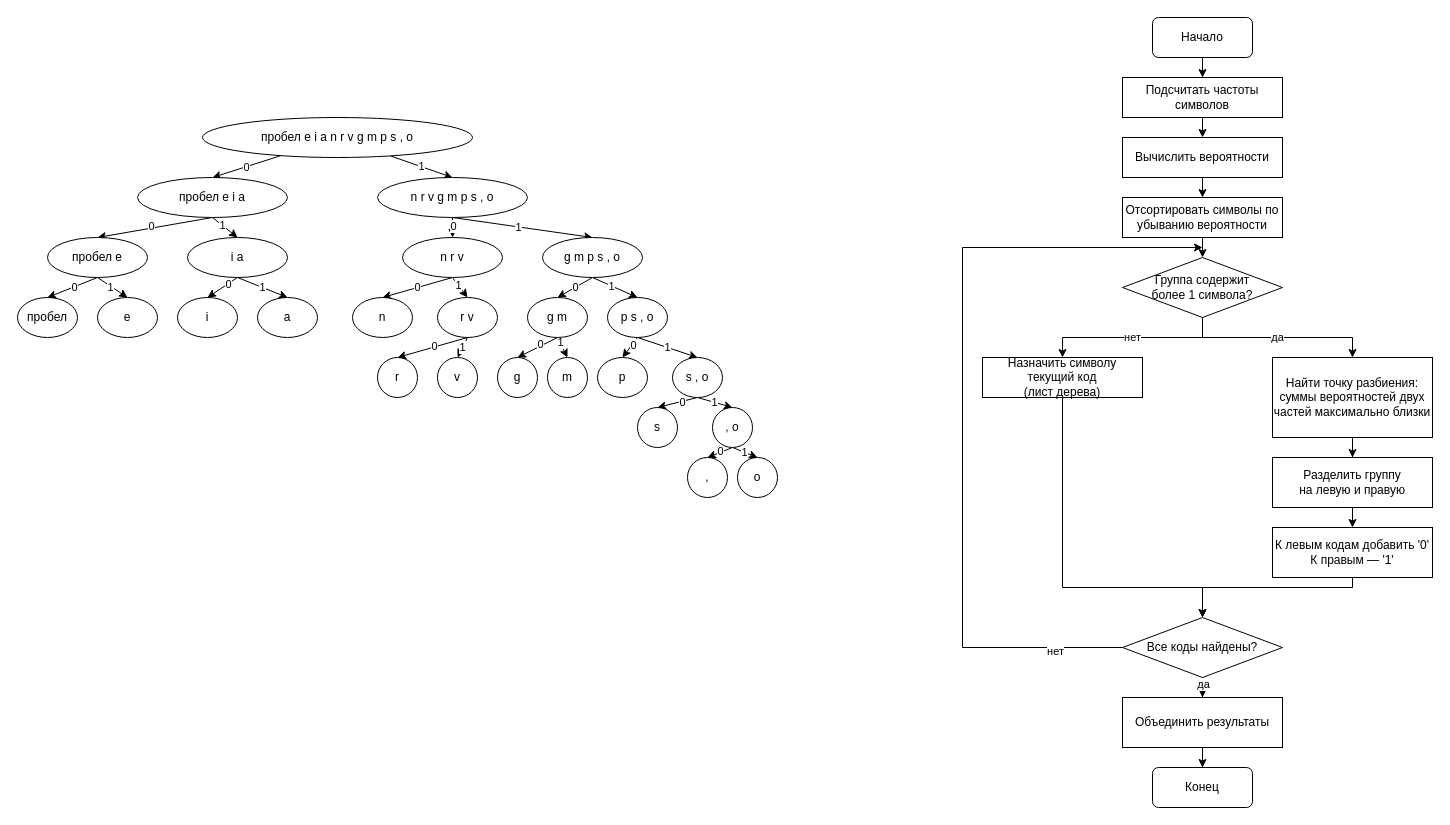
Before: data-theory/lab02/lab02.drawio in grigorijtomczuk/suai, a draw.io diagram. Source tidied: cells renumbered, new cells numbered last; positions are measured from the earlier drawing's top-left corner, leaving out a move shared by most shapes. Both pictures are drawn from the tidied source at 100%, with x=0, y=0 at pixel (17, 17).
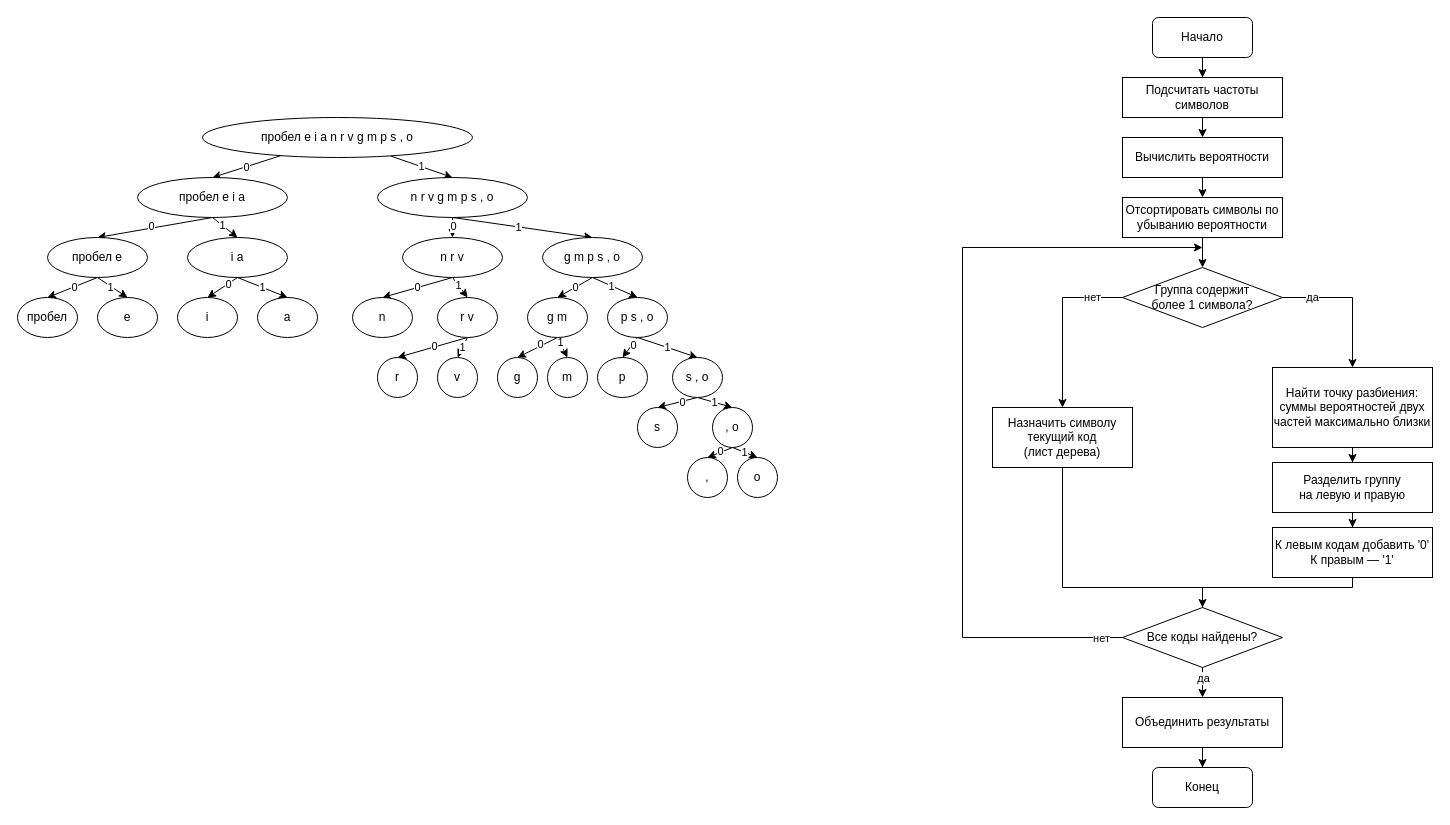
After the change.

The change refers to these unchanged cells:
```xml
<mxCell id="87" value="К левым кодам добавить '0'&lt;div&gt;К правым — '1'&lt;/div&gt;" style="rounded=0;whiteSpace=wrap;html=1;" parent="1" vertex="1">
  <mxGeometry x="1255" y="510" width="160" height="50" as="geometry" />
</mxCell>
<mxCell id="90" style="edgeStyle=orthogonalEdgeStyle;rounded=0;jettySize=auto;html=1;entryX=0.5;entryY=0;entryDx=0;entryDy=0;" parent="1" edge="1" source="94" target="89">
  <mxGeometry relative="1" as="geometry" />
</mxCell>
```

Change to the diagram source:
```diff
@@
-    <mxCell id="77" value="нет" style="edgeStyle=orthogonalEdgeStyle;rounded=0;jettySize=auto;html=1;entryX=0.5;entryY=0;entryDx=0;entryDy=0;" parent="1" edge="1" source="79" target="81">
-      <mxGeometry relative="1" as="geometry" />
+    <mxCell id="77" value="нет" style="edgeStyle=orthogonalEdgeStyle;rounded=0;jettySize=auto;html=1;entryX=0.5;entryY=0;entryDx=0;entryDy=0;exitX=0;exitY=0.5;exitDx=0;exitDy=0;" parent="1" edge="1" source="79" target="81">
+      <mxGeometry x="-0.65" relative="1" as="geometry" />
     </mxCell>
-    <mxCell id="78" value="да" style="edgeStyle=orthogonalEdgeStyle;rounded=0;jettySize=auto;html=1;entryX=0.5;entryY=0;entryDx=0;entryDy=0;" parent="1" edge="1" source="79" target="83">
-      <mxGeometry relative="1" as="geometry" />
+    <mxCell id="78" value="да" style="edgeStyle=orthogonalEdgeStyle;rounded=0;jettySize=auto;html=1;entryX=0.5;entryY=0;entryDx=0;entryDy=0;exitX=1;exitY=0.5;exitDx=0;exitDy=0;" parent="1" edge="1" source="79" target="83">
+      <mxGeometry x="-0.57" relative="1" as="geometry" />
     </mxCell>
     <mxCell id="79" value="Группа содержит&lt;br&gt;более 1 символа?" style="rhombus;whiteSpace=wrap;html=1;" parent="1" vertex="1">
-      <mxGeometry x="1105" y="240" width="160" height="60" as="geometry" />
+      <mxGeometry x="1105" y="250" width="160" height="60" as="geometry" />
     </mxCell>
@@
     <mxCell id="81" value="Назначить символу текущий код&lt;br&gt;(лист дерева)" style="rounded=0;whiteSpace=wrap;html=1;" parent="1" vertex="1">
-      <mxGeometry x="965" y="340" width="160" height="40" as="geometry" />
+      <mxGeometry x="975" y="390" width="140" height="60" as="geometry" />
     </mxCell>
@@
     <mxCell id="83" value="Найти точку разбиения:&lt;br&gt;суммы вероятностей двух частей максимально близки" style="rounded=0;whiteSpace=wrap;html=1;" parent="1" vertex="1">
-      <mxGeometry x="1255" y="340" width="160" height="80" as="geometry" />
+      <mxGeometry x="1255" y="350" width="160" height="80" as="geometry" />
     </mxCell>
-    <mxCell id="84" style="edgeStyle=orthogonalEdgeStyle;rounded=0;jettySize=auto;html=1;exitX=0.5;exitY=1;exitDx=0;exitDy=0;entryX=0.5;entryY=0;entryDx=0;entryDy=0;" parent="1" edge="1" source="85" target="87">
+    <mxCell id="84" style="edgeStyle=orthogonalEdgeStyle;rounded=0;jettySize=auto;html=1;entryX=0.5;entryY=0;entryDx=0;entryDy=0;" parent="1" edge="1" source="85" target="87">
       <mxGeometry relative="1" as="geometry" />
     </mxCell>
     <mxCell id="85" value="Разделить группу&lt;br&gt;на левую и правую" style="rounded=0;whiteSpace=wrap;html=1;" parent="1" vertex="1">
-      <mxGeometry x="1255" y="440" width="160" height="50" as="geometry" />
+      <mxGeometry x="1255" y="445" width="160" height="50" as="geometry" />
     </mxCell>
-    <mxCell id="86" style="edgeStyle=orthogonalEdgeStyle;rounded=0;jettySize=auto;html=1;" parent="1" edge="1" source="87">
+    <mxCell id="86" style="edgeStyle=orthogonalEdgeStyle;rounded=0;jettySize=auto;html=1;entryX=0.5;entryY=0;entryDx=0;entryDy=0;" parent="1" edge="1" source="87" target="94">
       <mxGeometry relative="1" as="geometry">
-        <mxPoint x="1185" y="600" as="targetPoint" />
         <Array as="points">
           <mxPoint x="1335" y="570" />
           <mxPoint x="1185" y="570" />
         </Array>
       </mxGeometry>
     </mxCell>
@@
     <mxCell id="91" value="да" style="edgeLabel;html=1;align=center;verticalAlign=middle;" parent="90" vertex="1">
-      <mxGeometry x="0.53" relative="1" as="geometry" />
+      <mxGeometry x="0.53" relative="1" as="geometry">
+        <mxPoint y="-8" as="offset" />
+      </mxGeometry>
     </mxCell>
-    <mxCell id="92" style="edgeStyle=orthogonalEdgeStyle;rounded=0;jettySize=auto;html=1;" parent="1" edge="1" source="94">
+    <mxCell id="92" style="edgeStyle=orthogonalEdgeStyle;rounded=0;jettySize=auto;html=1;exitX=0;exitY=0.5;exitDx=0;exitDy=0;" parent="1" edge="1" source="94">
       <mxGeometry relative="1" as="geometry">
         <mxPoint x="1185" y="230" as="targetPoint" />
         <Array as="points">
-          <mxPoint x="945" y="630" />
+          <mxPoint x="945" y="620" />
           <mxPoint x="945" y="230" />
         </Array>
       </mxGeometry>
     </mxCell>
     <mxCell id="93" value="нет" style="edgeLabel;html=1;align=center;verticalAlign=middle;" parent="92" vertex="1">
-      <mxGeometry x="-0.83" y="3" relative="1" as="geometry" />
+      <mxGeometry x="-0.83" y="3" relative="1" as="geometry">
+        <mxPoint x="45" y="-3" as="offset" />
+      </mxGeometry>
     </mxCell>
     <mxCell id="94" value="Все коды найдены?" style="rhombus;whiteSpace=wrap;html=1;" parent="1" vertex="1">
-      <mxGeometry x="1105" y="600" width="160" height="60" as="geometry" />
+      <mxGeometry x="1105" y="590" width="160" height="60" as="geometry" />
     </mxCell>
```
